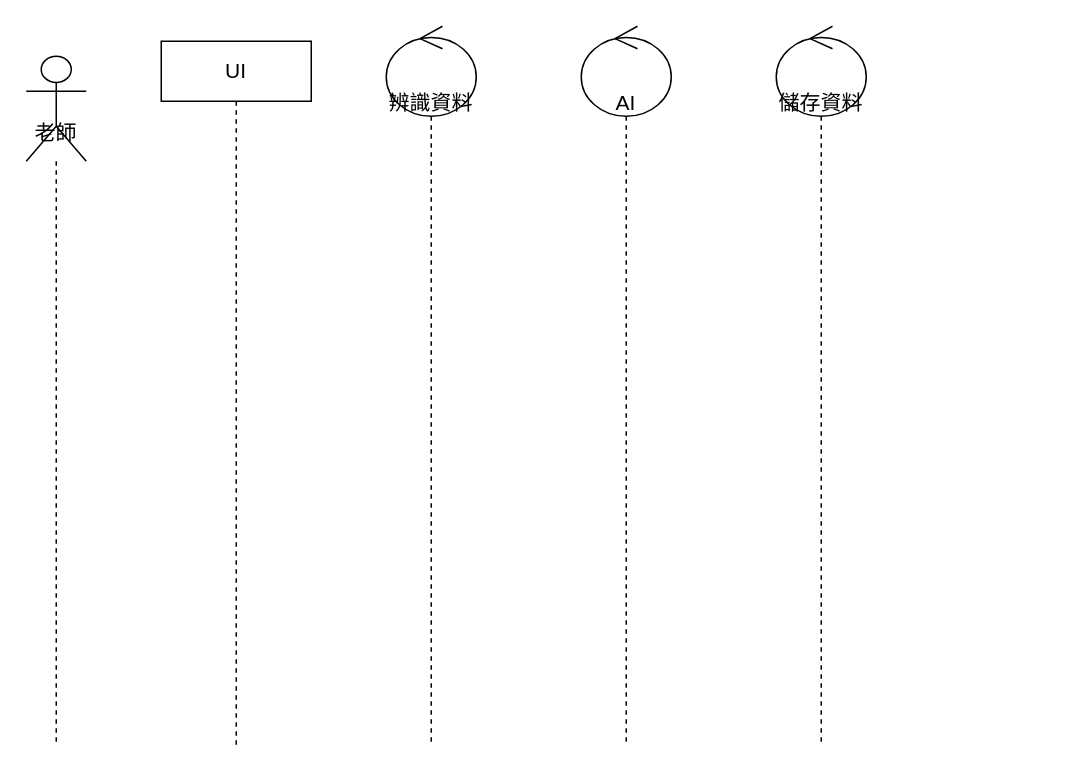
Kevincheng0804/System-analysis keeps this draw.io diagram as AC循序圖(蒐集備課資料).drawio. Above is the earlier version. Source tidied: cells renumbered, new cells numbered last; positions are measured from the earlier drawing's top-left corner, leaving out a move shared by most shapes. Both pictures are drawn from the tidied source at 150%, with x=0, y=0 at pixel (26, 26).
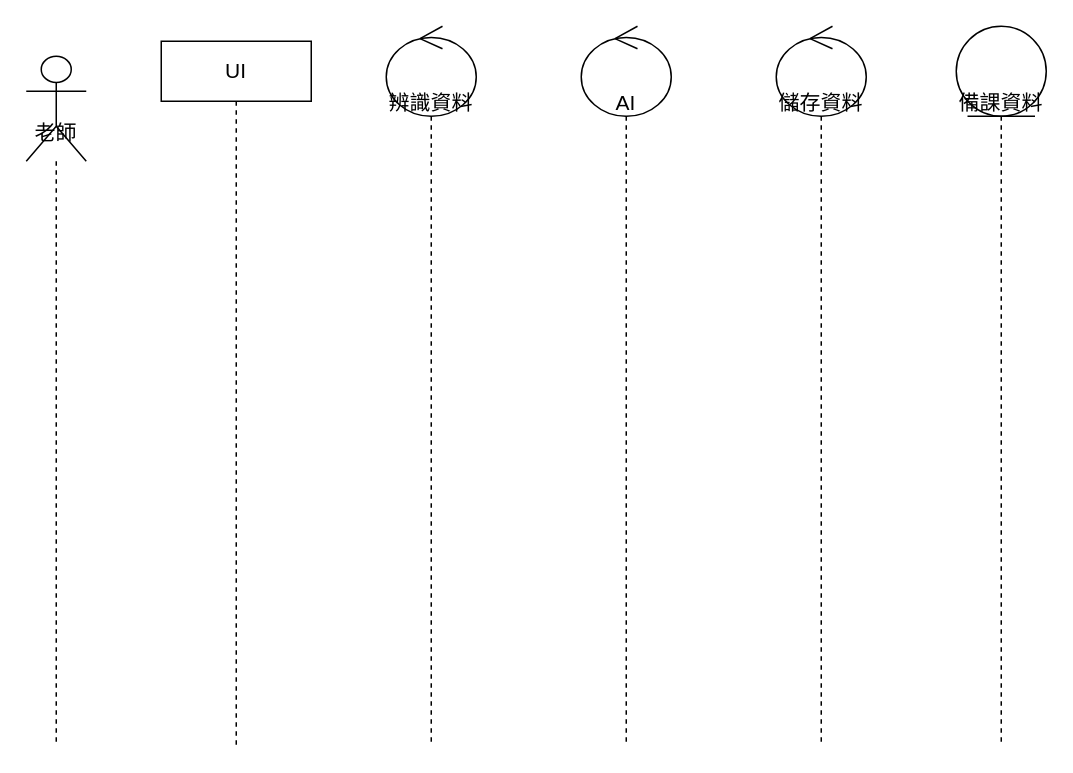
Above is the later version.

The edit, as a diff of the source:
```diff
@@
 <mxGraphModel>
   <root>
     <mxCell id="0" />
     <mxCell id="1" parent="0" />
     <mxCell id="2" value="&lt;font style=&quot;font-size: 14px;&quot;&gt;老師&lt;/font&gt;" style="shape=umlLifeline;participant=umlActor;perimeter=lifelinePerimeter;whiteSpace=wrap;html=1;verticalAlign=top;spacingTop=36;size=70;" parent="1" vertex="1">
       <mxGeometry y="20" width="40" height="460" as="geometry" />
     </mxCell>
     <mxCell id="3" value="UI" style="shape=umlLifeline;perimeter=lifelinePerimeter;whiteSpace=wrap;html=1;fontSize=14;" parent="1" vertex="1">
       <mxGeometry x="90" y="10" width="100" height="470" as="geometry" />
     </mxCell>
     <mxCell id="4" value="辨識資料" style="shape=umlLifeline;participant=umlControl;perimeter=lifelinePerimeter;whiteSpace=wrap;html=1;verticalAlign=top;spacingTop=36;fontSize=14;size=60;align=center;" parent="1" vertex="1">
       <mxGeometry x="240" width="60" height="480" as="geometry" />
     </mxCell>
     <mxCell id="5" value="AI&lt;br&gt;" style="shape=umlLifeline;participant=umlControl;perimeter=lifelinePerimeter;whiteSpace=wrap;html=1;verticalAlign=top;spacingTop=36;fontSize=14;size=60;align=center;" parent="1" vertex="1">
       <mxGeometry x="370" width="60" height="480" as="geometry" />
     </mxCell>
     <mxCell id="6" value="儲存資料" style="shape=umlLifeline;participant=umlControl;perimeter=lifelinePerimeter;whiteSpace=wrap;html=1;verticalAlign=top;spacingTop=36;fontSize=14;size=60;align=center;" parent="1" vertex="1">
       <mxGeometry x="500" width="60" height="480" as="geometry" />
     </mxCell>
+    <mxCell id="7" value="備課資料" style="shape=umlLifeline;participant=umlEntity;perimeter=lifelinePerimeter;whiteSpace=wrap;html=1;verticalAlign=top;spacingTop=36;fontSize=14;size=60;" parent="1" vertex="1">
+      <mxGeometry x="620" width="60" height="480" as="geometry" />
+    </mxCell>
   </root>
 </mxGraphModel>
```
